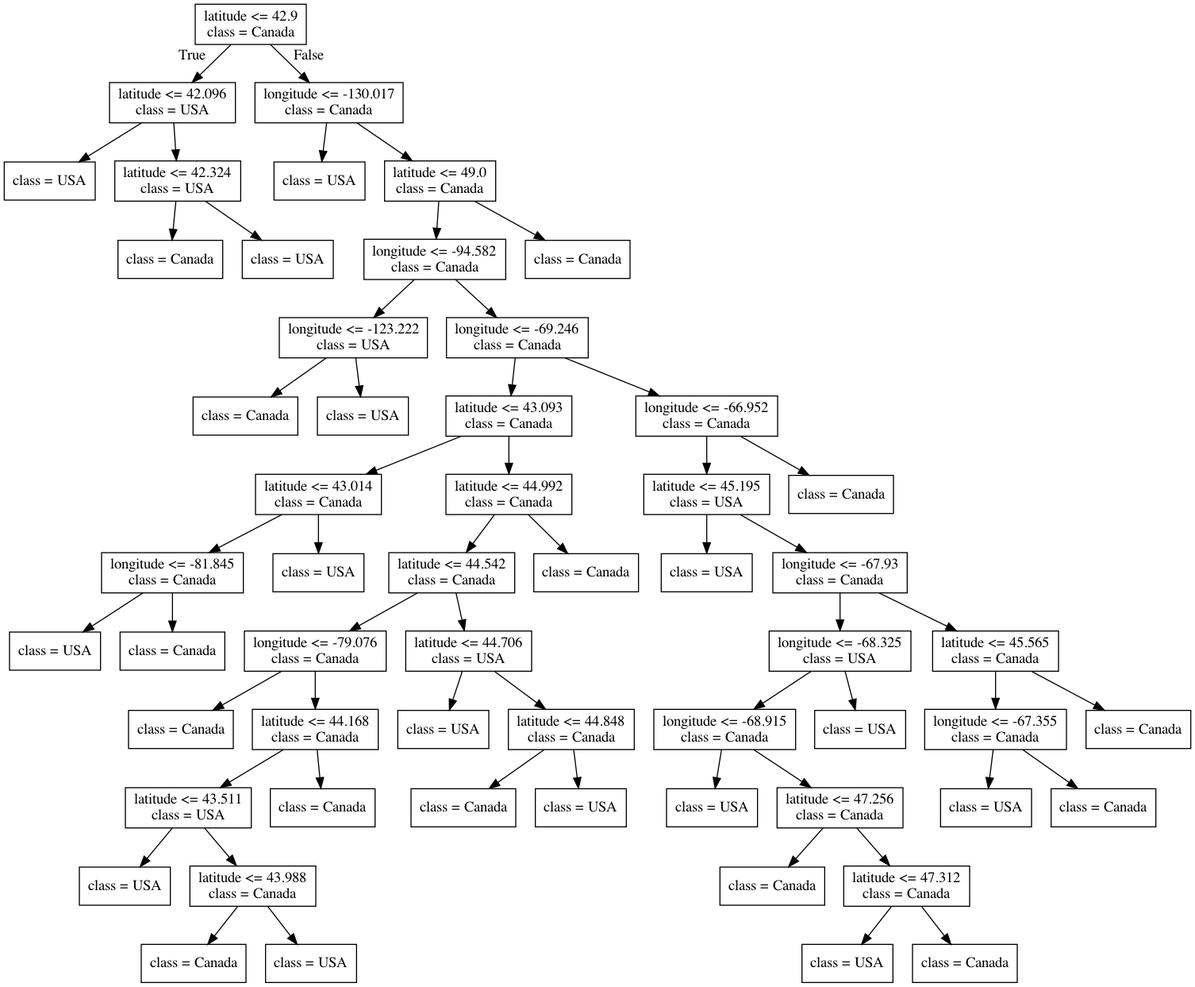
The Graphviz diagram lectures/Source.gv.png in bait509-ubc/BAIT509, before a commit. Its source is kept beside it as lectures/Source.gv.
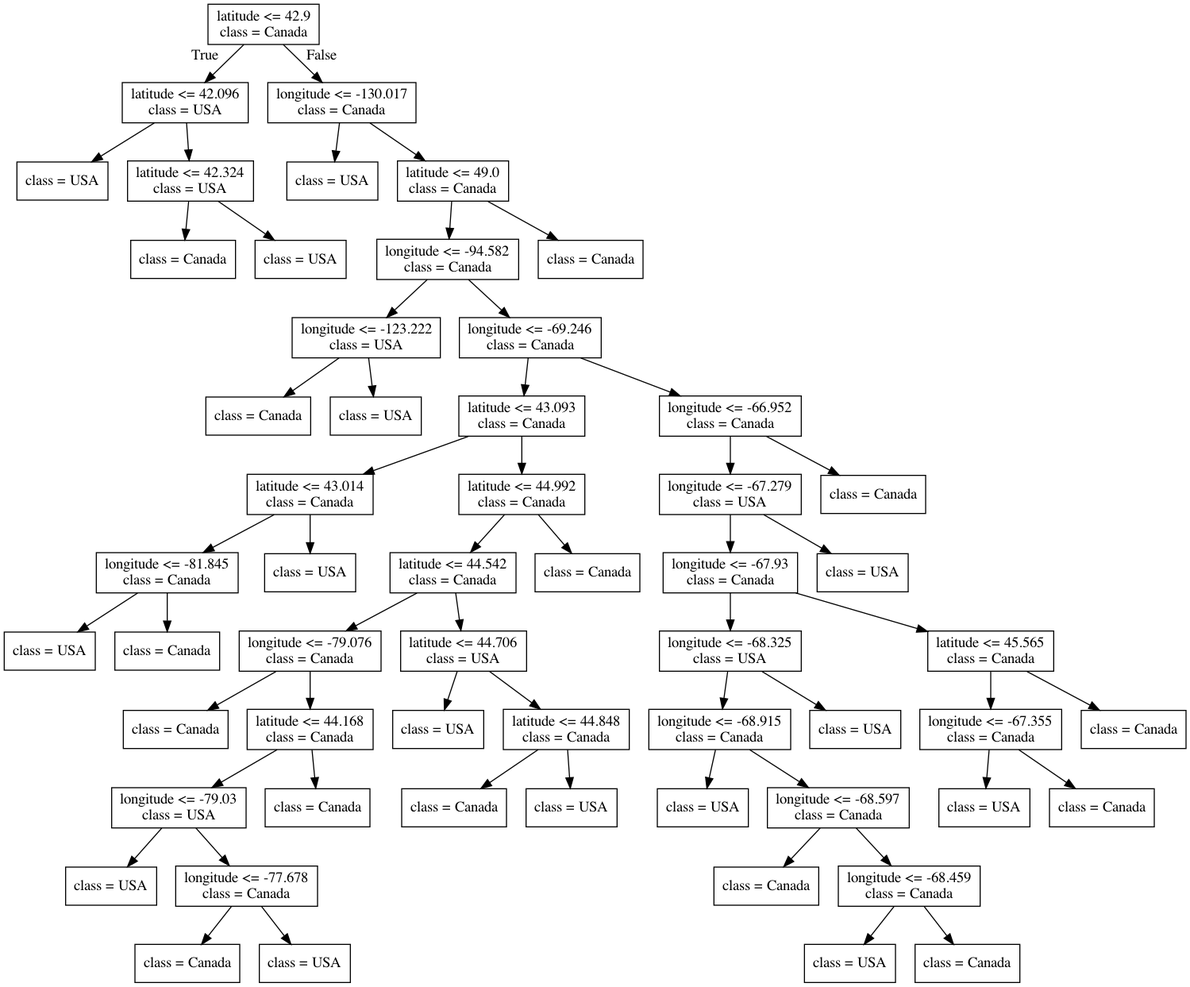
Above is the later version.

The edit, as a diff of the source:
```diff
@@ -49,11 +49,11 @@
 22 -> 23 ;
 24 [label="latitude <= 44.168\nclass = Canada"] ;
 22 -> 24 ;
-25 [label="latitude <= 43.511\nclass = USA"] ;
+25 [label="longitude <= -79.03\nclass = USA"] ;
 24 -> 25 ;
 26 [label="class = USA"] ;
 25 -> 26 ;
-27 [label="latitude <= 43.988\nclass = Canada"] ;
+27 [label="longitude <= -77.678\nclass = Canada"] ;
 25 -> 27 ;
 28 [label="class = Canada"] ;
 27 -> 28 ;
@@ -75,40 +75,40 @@
 20 -> 36 ;
 37 [label="longitude <= -66.952\nclass = Canada"] ;
 13 -> 37 ;
-38 [label="latitude <= 45.195\nclass = USA"] ;
+38 [label="longitude <= -67.279\nclass = USA"] ;
 37 -> 38 ;
-39 [label="class = USA"] ;
+39 [label="longitude <= -67.93\nclass = Canada"] ;
 38 -> 39 ;
-40 [label="longitude <= -67.93\nclass = Canada"] ;
-38 -> 40 ;
-41 [label="longitude <= -68.325\nclass = USA"] ;
+40 [label="longitude <= -68.325\nclass = USA"] ;
+39 -> 40 ;
+41 [label="longitude <= -68.915\nclass = Canada"] ;
 40 -> 41 ;
-42 [label="longitude <= -68.915\nclass = Canada"] ;
+42 [label="class = USA"] ;
 41 -> 42 ;
-43 [label="class = USA"] ;
-42 -> 43 ;
-44 [label="latitude <= 47.256\nclass = Canada"] ;
-42 -> 44 ;
-45 [label="class = Canada"] ;
-44 -> 45 ;
-46 [label="latitude <= 47.312\nclass = Canada"] ;
-44 -> 46 ;
-47 [label="class = USA"] ;
-46 -> 47 ;
-48 [label="class = Canada"] ;
-46 -> 48 ;
-49 [label="class = USA"] ;
-41 -> 49 ;
-50 [label="latitude <= 45.565\nclass = Canada"] ;
-40 -> 50 ;
-51 [label="longitude <= -67.355\nclass = Canada"] ;
+43 [label="longitude <= -68.597\nclass = Canada"] ;
+41 -> 43 ;
+44 [label="class = Canada"] ;
+43 -> 44 ;
+45 [label="longitude <= -68.459\nclass = Canada"] ;
+43 -> 45 ;
+46 [label="class = USA"] ;
+45 -> 46 ;
+47 [label="class = Canada"] ;
+45 -> 47 ;
+48 [label="class = USA"] ;
+40 -> 48 ;
+49 [label="latitude <= 45.565\nclass = Canada"] ;
+39 -> 49 ;
+50 [label="longitude <= -67.355\nclass = Canada"] ;
+49 -> 50 ;
+51 [label="class = USA"] ;
 50 -> 51 ;
-52 [label="class = USA"] ;
-51 -> 52 ;
+52 [label="class = Canada"] ;
+50 -> 52 ;
 53 [label="class = Canada"] ;
-51 -> 53 ;
-54 [label="class = Canada"] ;
-50 -> 54 ;
+49 -> 53 ;
+54 [label="class = USA"] ;
+38 -> 54 ;
 55 [label="class = Canada"] ;
 37 -> 55 ;
 56 [label="class = Canada"] ;
```
